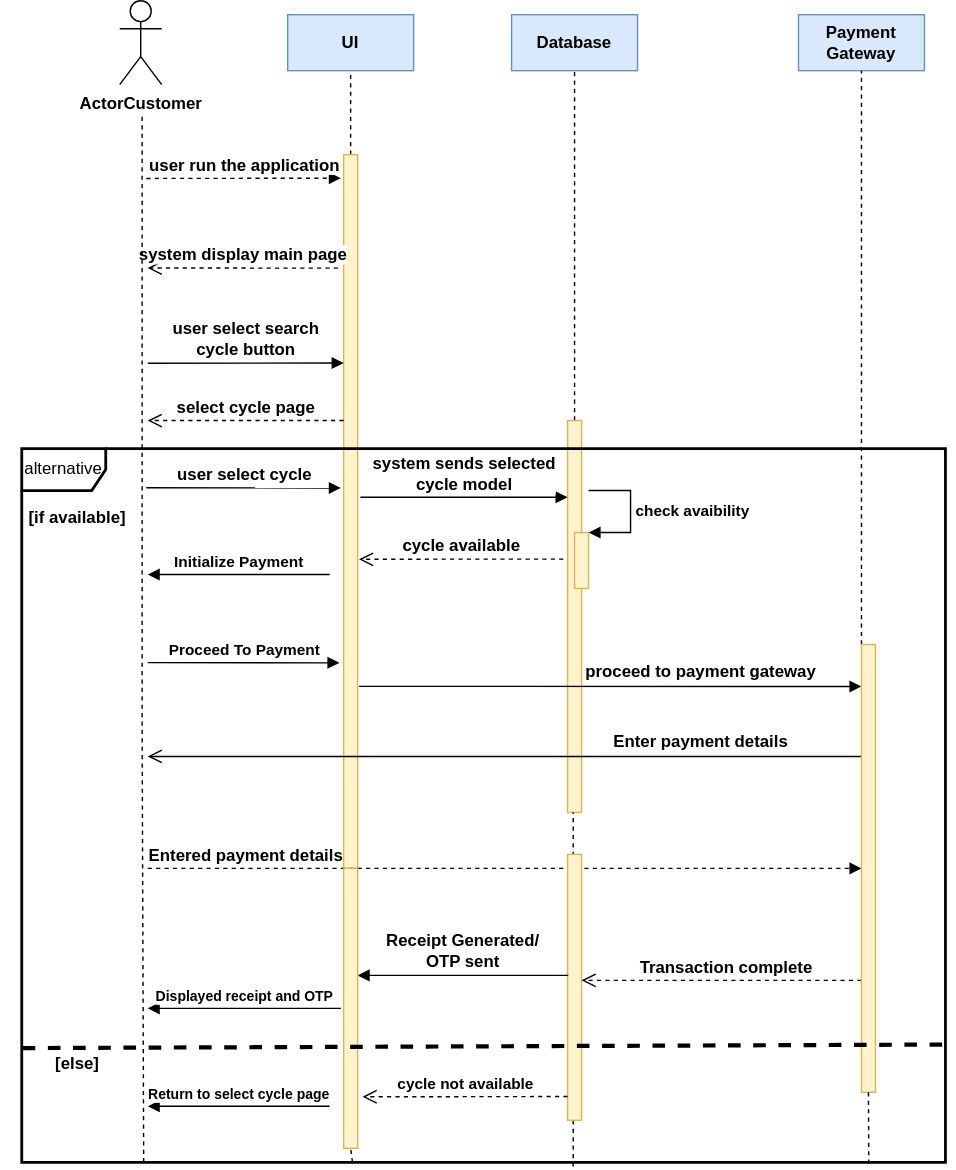
The draw.io diagram Diagrams/Sequence/bookCycleSequence.svg in DhruvKulkarni86/Bike-Rental-System, before a commit. Source tidied: cells renumbered, new cells last; positions are measured from the earlier drawing's top-left corner, leaving out a move shared by most shapes.
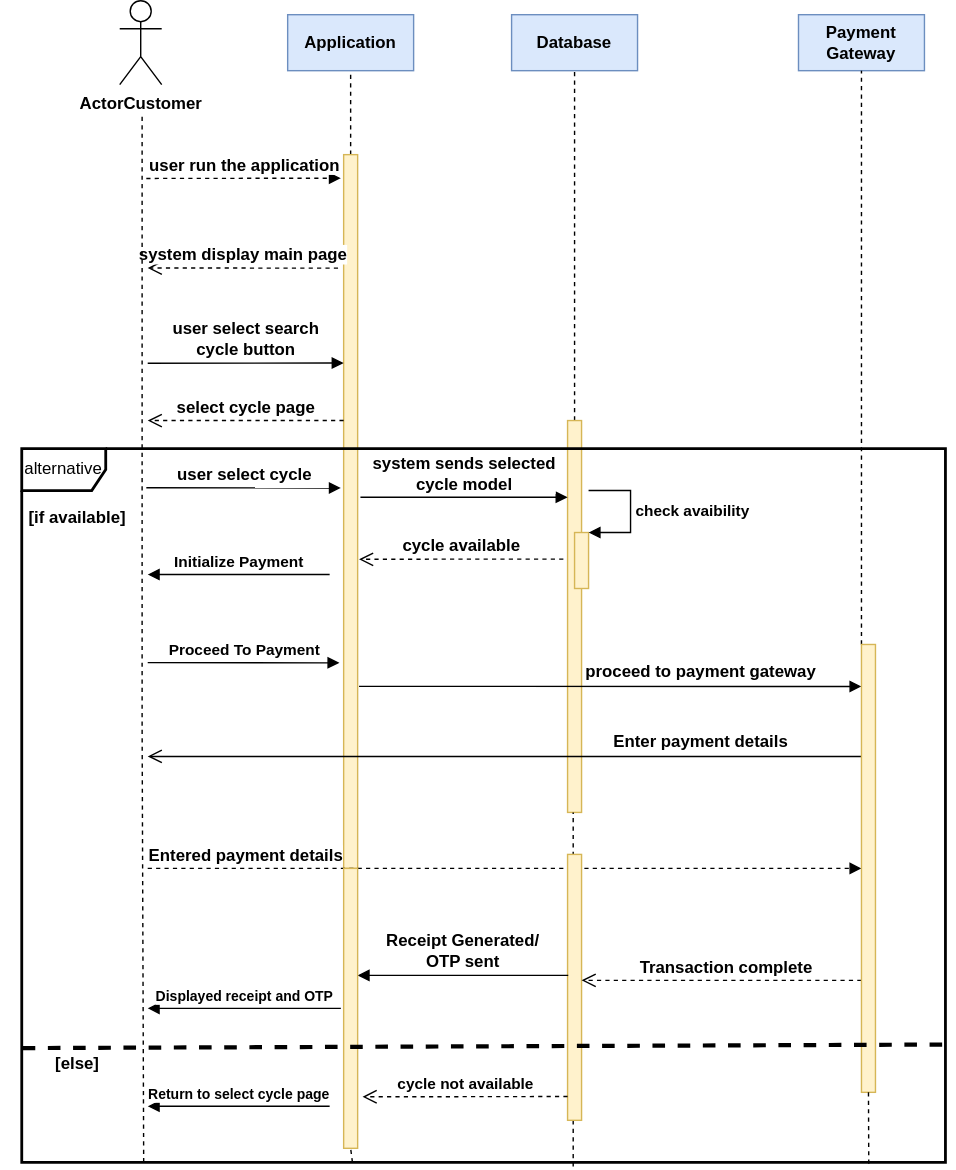
After the change.

Change to the diagram source:
```diff
@@ -5,7 +5,7 @@
     <mxCell id="2" value="&lt;b&gt;ActorCustomer&lt;/b&gt;" style="shape=umlActor;verticalLabelPosition=bottom;verticalAlign=top;html=1;" parent="1" vertex="1">
       <mxGeometry x="85" width="30" height="60" as="geometry" />
     </mxCell>
-    <mxCell id="3" value="&lt;b&gt;UI&lt;/b&gt;" style="rounded=0;whiteSpace=wrap;html=1;fillColor=#dae8fc;strokeColor=#6c8ebf;" parent="1" vertex="1">
+    <mxCell id="3" value="&lt;b&gt;Application&lt;/b&gt;" style="rounded=0;whiteSpace=wrap;html=1;fillColor=#dae8fc;strokeColor=#6c8ebf;" parent="1" vertex="1">
       <mxGeometry x="205" y="10" width="90" height="40" as="geometry" />
     </mxCell>
     <mxCell id="4" value="&lt;b&gt;Database&lt;/b&gt;" style="rounded=0;whiteSpace=wrap;html=1;fillColor=#dae8fc;strokeColor=#6c8ebf;" parent="1" vertex="1">
```
